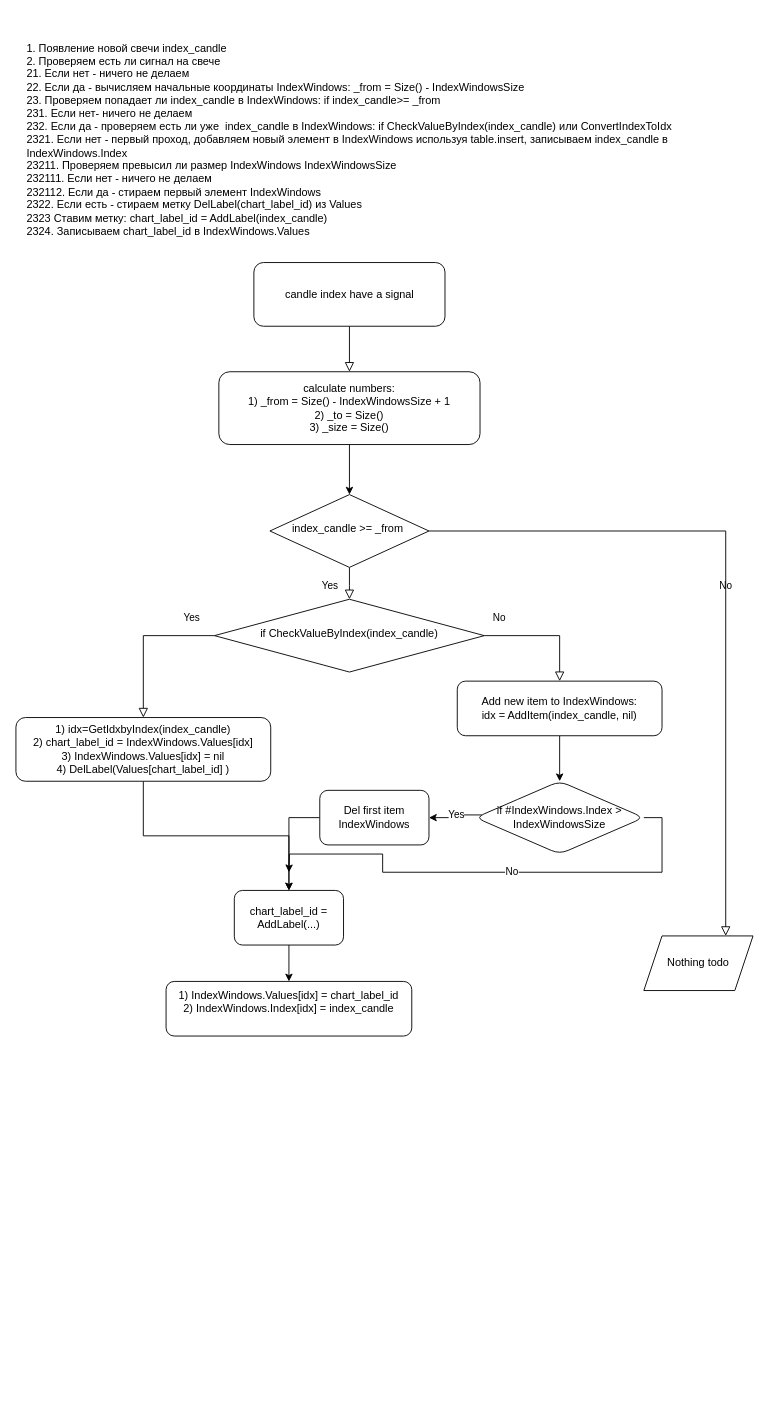
Earlier version of the draw.io diagram IndexWindows.drawio (uzziahmogg/LithiumIndicator). Source tidied: cells renumbered, new cells numbered last; positions are measured from the earlier drawing's top-left corner, leaving out a move shared by most shapes. Both pictures are drawn from the tidied source at 91%, with x=0, y=0 at pixel (15, 35).
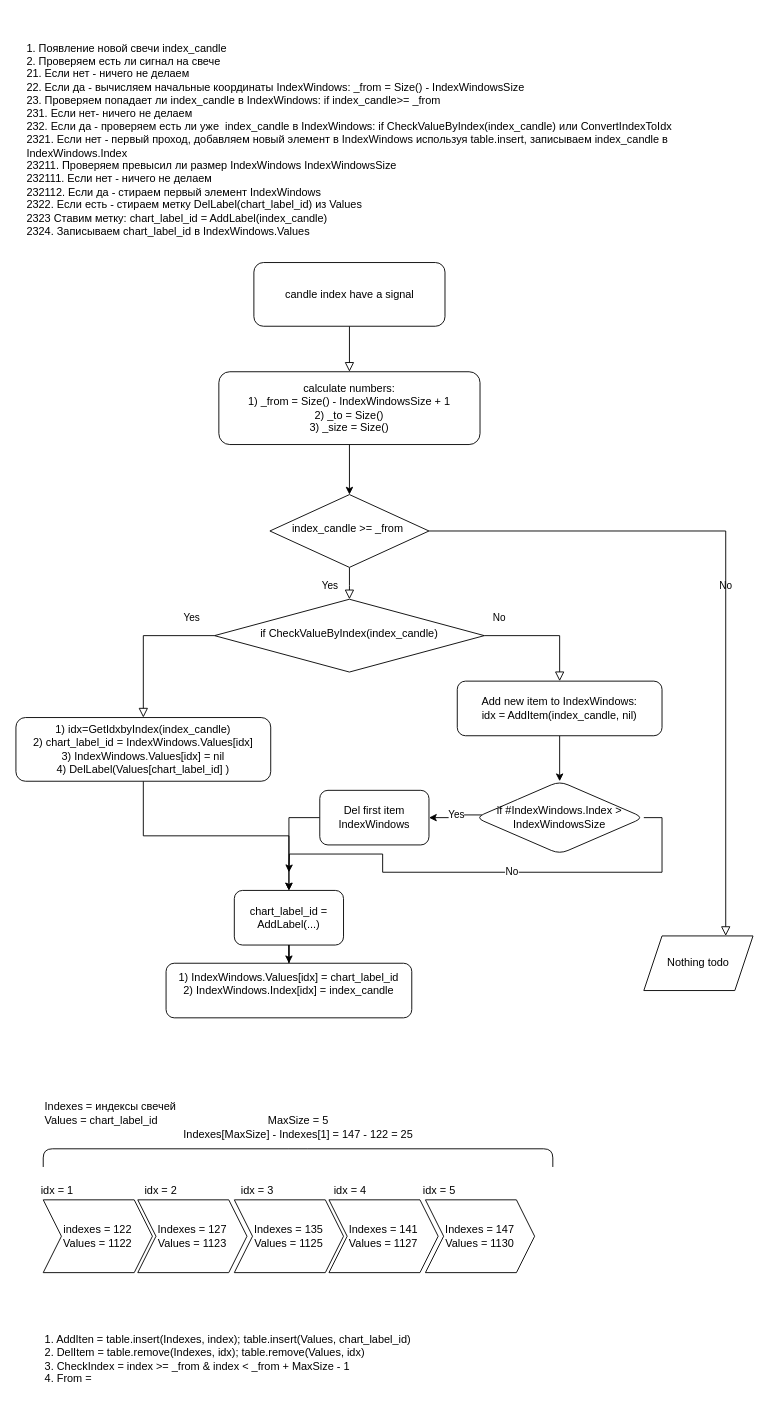
The same diagram, later.

Change to the diagram source:
```diff
@@
     <mxCell id="27" value="&lt;span&gt;1) IndexWindows.Values[idx] = chart_label_id&lt;br&gt;2)&amp;nbsp;&lt;/span&gt;IndexWindows.Index[idx] = index_candle&lt;br&gt;&lt;span&gt;&lt;br&gt;&lt;/span&gt;" style="whiteSpace=wrap;html=1;rounded=1;shadow=0;strokeWidth=1;glass=0;" parent="1" vertex="1">
-      <mxGeometry x="165" y="1040" width="270" height="60" as="geometry" />
+      <mxGeometry x="165" y="1020" width="270" height="60" as="geometry" />
     </mxCell>
+    <mxCell id="28" value="indexes = 122&lt;br&gt;Values = 1122" style="shape=step;perimeter=stepPerimeter;whiteSpace=wrap;html=1;fixedSize=1;" parent="1" vertex="1">
+      <mxGeometry x="30" y="1280" width="120" height="80" as="geometry" />
+    </mxCell>
+    <mxCell id="29" value="idx = 1" style="text;html=1;align=center;verticalAlign=middle;" parent="1" vertex="1">
+      <mxGeometry x="20" y="1260" width="50" height="20" as="geometry" />
+    </mxCell>
+    <mxCell id="30" value="Indexes = 127&lt;br&gt;Values = 1123" style="shape=step;perimeter=stepPerimeter;whiteSpace=wrap;html=1;fixedSize=1;" parent="1" vertex="1">
+      <mxGeometry x="133.9" y="1280" width="120" height="80" as="geometry" />
+    </mxCell>
+    <mxCell id="31" value="idx = 2" style="text;html=1;align=center;verticalAlign=middle;" parent="1" vertex="1">
+      <mxGeometry x="133.9" y="1260" width="50" height="20" as="geometry" />
+    </mxCell>
+    <mxCell id="32" value="Indexes = 135&lt;br&gt;Values = 1125" style="shape=step;perimeter=stepPerimeter;whiteSpace=wrap;html=1;fixedSize=1;" parent="1" vertex="1">
+      <mxGeometry x="240" y="1280" width="120" height="80" as="geometry" />
+    </mxCell>
+    <mxCell id="33" value="idx = 3" style="text;html=1;align=center;verticalAlign=middle;" parent="1" vertex="1">
+      <mxGeometry x="240" y="1260" width="50" height="20" as="geometry" />
+    </mxCell>
+    <mxCell id="34" value="Indexes = 141&lt;br&gt;Values = 1127" style="shape=step;perimeter=stepPerimeter;whiteSpace=wrap;html=1;fixedSize=1;" parent="1" vertex="1">
+      <mxGeometry x="344" y="1280" width="120" height="80" as="geometry" />
+    </mxCell>
+    <mxCell id="35" value="idx = 4" style="text;html=1;align=center;verticalAlign=middle;" parent="1" vertex="1">
+      <mxGeometry x="341.5" y="1260" width="50" height="20" as="geometry" />
+    </mxCell>
+    <mxCell id="36" value="Indexes = 147&lt;br&gt;Values = 1130" style="shape=step;perimeter=stepPerimeter;whiteSpace=wrap;html=1;fixedSize=1;" parent="1" vertex="1">
+      <mxGeometry x="450" y="1280" width="120" height="80" as="geometry" />
+    </mxCell>
+    <mxCell id="37" value="idx = 5" style="text;html=1;align=center;verticalAlign=middle;" parent="1" vertex="1">
+      <mxGeometry x="440" y="1260" width="50" height="20" as="geometry" />
+    </mxCell>
+    <mxCell id="38" value="Indexes = индексы свечей&lt;br&gt;Values = chart_label_id" style="text;html=1;align=left;verticalAlign=middle;" parent="1" vertex="1">
+      <mxGeometry x="30" y="1170" width="160" height="30" as="geometry" />
+    </mxCell>
+    <mxCell id="39" value="1. AddIten = table.insert(Indexes, index); table.insert(Values, chart_label_id)&lt;br&gt;2. DelItem = table.remove(Indexes, idx); table.remove(Values, idx)&lt;br&gt;3. CheckIndex = index &amp;gt;= _from &amp;amp; index &amp;lt; _from + MaxSize - 1&lt;br&gt;4. From =&amp;nbsp;" style="text;html=1;strokeColor=none;fillColor=none;align=left;verticalAlign=top;whiteSpace=wrap;rounded=0;" parent="1" vertex="1">
+      <mxGeometry x="30" y="1420" width="720" height="30" as="geometry" />
+    </mxCell>
+    <mxCell id="40" style="shape=curlyBracket;whiteSpace=wrap;html=1;rounded=1;align=left;rotation=90;size=0.0014999999999986357;" parent="1" vertex="1">
+      <mxGeometry x="300" y="953.9" width="20" height="560" as="geometry" />
+    </mxCell>
+    <mxCell id="41" value="MaxSize = 5&lt;br&gt;Indexes[MaxSize] - Indexes[1] = 147 - 122 = 25" style="text;html=1;align=center;verticalAlign=middle;" parent="1" vertex="1">
+      <mxGeometry x="175" y="1185" width="270" height="30" as="geometry" />
+    </mxCell>
```
